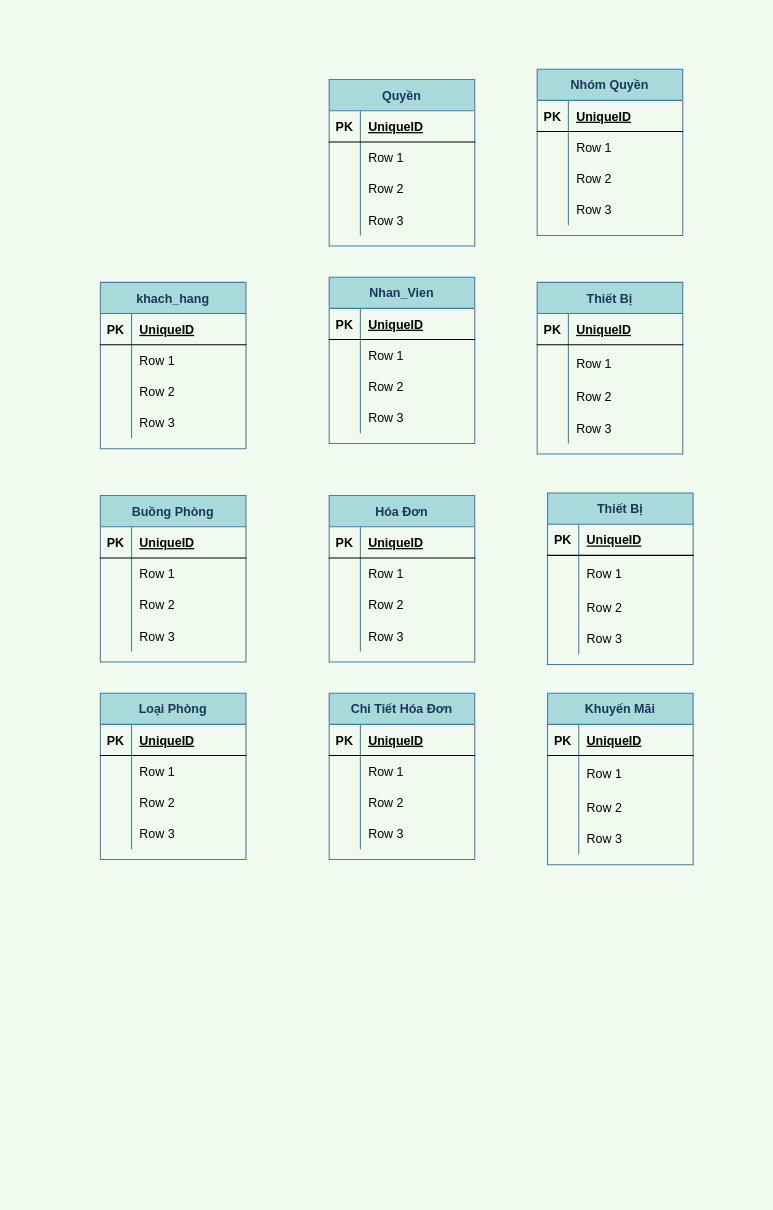
This is Untitled Diagram.drawio from maialino123/QLKS, a draw.io file, before an edit. Source tidied: cells renumbered, new cells numbered last; positions are measured from the earlier drawing's top-left corner, leaving out a move shared by most shapes. Both pictures are drawn from the tidied source at 104%, with x=0, y=0 at pixel (100, 69).
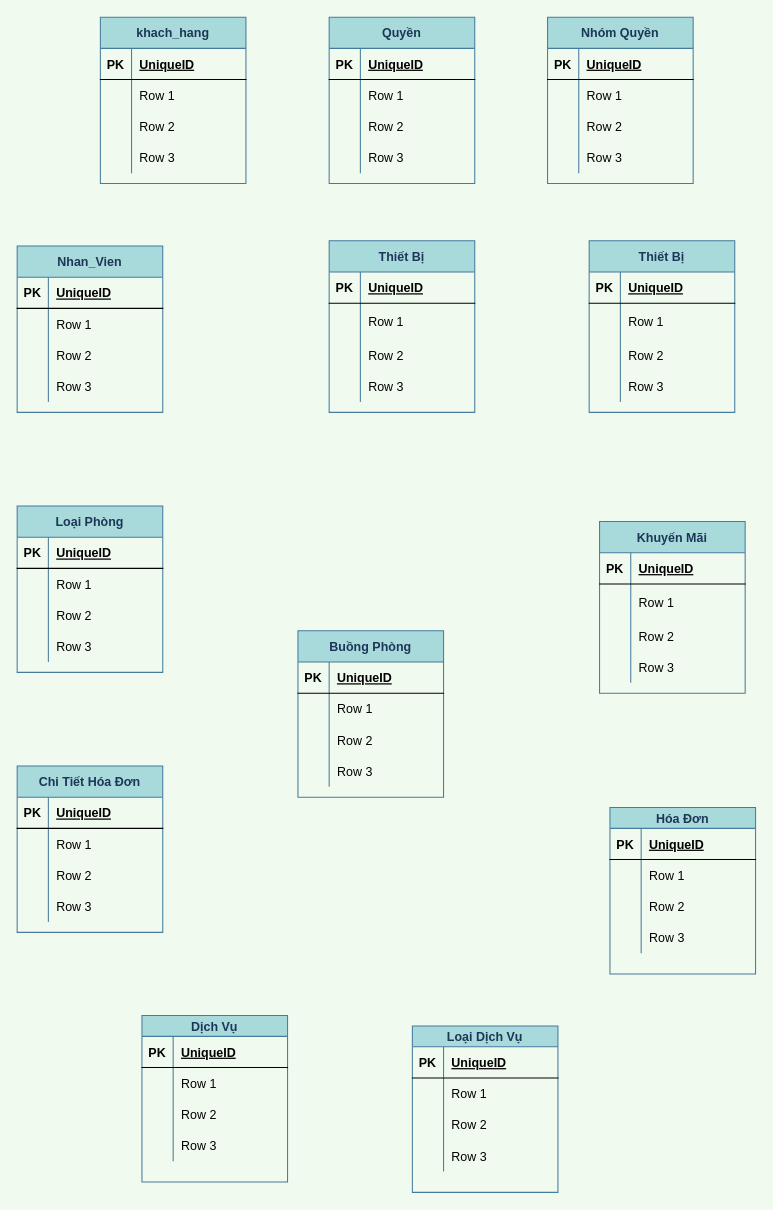
The same page after the edit.

Diff of the diagram source:
```diff
@@
     <mxCell id="2" value="khach_hang" style="shape=table;startSize=30;childLayout=tableLayout;rowLines=0;fontStyle=1;align=center;strokeColor=#457B9D;fillColor=#A8DADC;fontColor=#1D3557;" parent="1" vertex="1">
-      <mxGeometry y="205" width="140" height="160" as="geometry" />
+      <mxGeometry y="-50" width="140" height="160" as="geometry" />
     </mxCell>
@@
     <mxCell id="15" value="Nhan_Vien" style="shape=table;startSize=30;childLayout=tableLayout;rowLines=0;fontStyle=1;align=center;strokeColor=#457B9D;fillColor=#A8DADC;fontColor=#1D3557;" parent="1" vertex="1">
-      <mxGeometry x="220" y="200" width="140" height="160" as="geometry" />
+      <mxGeometry x="-80" y="170" width="140" height="160" as="geometry" />
     </mxCell>
@@
     <mxCell id="28" value="Buồng Phòng" style="shape=table;startSize=30;childLayout=tableLayout;rowLines=0;fontStyle=1;align=center;strokeColor=#457B9D;fillColor=#A8DADC;fontColor=#1D3557;" parent="1" vertex="1">
-      <mxGeometry y="410" width="140" height="160" as="geometry" />
+      <mxGeometry x="190" y="540" width="140" height="160" as="geometry" />
     </mxCell>
@@
-    <mxCell id="41" value="Hóa Đơn" style="shape=table;startSize=30;childLayout=tableLayout;rowLines=0;fontStyle=1;align=center;strokeColor=#457B9D;fillColor=#A8DADC;fontColor=#1D3557;" parent="1" vertex="1">
-      <mxGeometry x="220" y="410" width="140" height="160" as="geometry" />
+    <mxCell id="41" value="Hóa Đơn" style="shape=table;startSize=20;childLayout=tableLayout;rowLines=0;fontStyle=1;align=center;strokeColor=#457B9D;fillColor=#A8DADC;fontColor=#1D3557;" parent="1" vertex="1">
+      <mxGeometry x="490" y="710" width="140" height="160" as="geometry" />
     </mxCell>
     <mxCell id="42" style="shape=partialRectangle;fillColor=none;top=0;left=0;bottom=1;right=0;" parent="41" vertex="1">
-      <mxGeometry y="30" width="140" height="30" as="geometry" />
+      <mxGeometry y="20" width="140" height="30" as="geometry" />
     </mxCell>
@@
     <mxCell id="45" style="shape=partialRectangle;fillColor=none;top=0;left=0;bottom=0;right=0;" parent="41" vertex="1">
-      <mxGeometry y="60" width="140" height="30" as="geometry" />
+      <mxGeometry y="50" width="140" height="30" as="geometry" />
     </mxCell>
@@
     <mxCell id="48" style="shape=partialRectangle;fillColor=none;top=0;left=0;bottom=0;right=0;" parent="41" vertex="1">
-      <mxGeometry y="90" width="140" height="30" as="geometry" />
+      <mxGeometry y="80" width="140" height="30" as="geometry" />
     </mxCell>
@@
     <mxCell id="51" style="shape=partialRectangle;fillColor=none;top=0;left=0;bottom=0;right=0;" parent="41" vertex="1">
-      <mxGeometry y="120" width="140" height="30" as="geometry" />
+      <mxGeometry y="110" width="140" height="30" as="geometry" />
     </mxCell>
@@
     <mxCell id="54" value="Loại Phòng" style="shape=table;startSize=30;childLayout=tableLayout;rowLines=0;fontStyle=1;align=center;strokeColor=#457B9D;fillColor=#A8DADC;fontColor=#1D3557;" parent="1" vertex="1">
-      <mxGeometry y="600" width="140" height="160" as="geometry" />
+      <mxGeometry x="-80" y="420" width="140" height="160" as="geometry" />
     </mxCell>
@@
     <mxCell id="67" value="Chi Tiết Hóa Đơn" style="shape=table;startSize=30;childLayout=tableLayout;rowLines=0;fontStyle=1;align=center;strokeColor=#457B9D;fillColor=#A8DADC;fontColor=#1D3557;" parent="1" vertex="1">
-      <mxGeometry x="220" y="600" width="140" height="160" as="geometry" />
+      <mxGeometry x="-80" y="670" width="140" height="160" as="geometry" />
     </mxCell>
@@
     <mxCell id="80" value="Thiết Bị" style="shape=table;startSize=30;childLayout=tableLayout;rowLines=0;fontStyle=1;align=center;strokeColor=#457B9D;fillColor=#A8DADC;fontColor=#1D3557;" parent="1" vertex="1">
-      <mxGeometry x="420" y="205" width="140" height="165" as="geometry" />
+      <mxGeometry x="220" y="165" width="140" height="165" as="geometry" />
     </mxCell>
@@
     <mxCell id="93" value="Thiết Bị" style="shape=table;startSize=30;childLayout=tableLayout;rowLines=0;fontStyle=1;align=center;strokeColor=#457B9D;fillColor=#A8DADC;fontColor=#1D3557;" parent="1" vertex="1">
-      <mxGeometry x="430" y="407.5" width="140" height="165" as="geometry" />
+      <mxGeometry x="470" y="165" width="140" height="165" as="geometry" />
     </mxCell>
@@
     <mxCell id="106" value="Khuyến Mãi" style="shape=table;startSize=30;childLayout=tableLayout;rowLines=0;fontStyle=1;align=center;strokeColor=#457B9D;fillColor=#A8DADC;fontColor=#1D3557;" parent="1" vertex="1">
-      <mxGeometry x="430" y="600" width="140" height="165" as="geometry" />
+      <mxGeometry x="480" y="435" width="140" height="165" as="geometry" />
     </mxCell>
@@
     <mxCell id="119" value="Quyền" style="shape=table;startSize=30;childLayout=tableLayout;rowLines=0;fontStyle=1;align=center;strokeColor=#457B9D;fillColor=#A8DADC;fontColor=#1D3557;" parent="1" vertex="1">
-      <mxGeometry x="220" y="10" width="140" height="160" as="geometry" />
+      <mxGeometry x="220" y="-50" width="140" height="160" as="geometry" />
     </mxCell>
@@
     <mxCell id="132" value="Nhóm Quyền" style="shape=table;startSize=30;childLayout=tableLayout;rowLines=0;fontStyle=1;align=center;strokeColor=#457B9D;fillColor=#A8DADC;fontColor=#1D3557;" parent="1" vertex="1">
-      <mxGeometry x="420" width="140" height="160" as="geometry" />
+      <mxGeometry x="430" y="-50" width="140" height="160" as="geometry" />
     </mxCell>
@@
+    <mxCell id="145" value="Dịch Vụ" style="shape=table;startSize=20;childLayout=tableLayout;rowLines=0;fontStyle=1;align=center;strokeColor=#457B9D;fillColor=#A8DADC;fontColor=#1D3557;" parent="1" vertex="1">
+      <mxGeometry x="40" y="910" width="140" height="160" as="geometry" />
+    </mxCell>
+    <mxCell id="146" style="shape=partialRectangle;fillColor=none;top=0;left=0;bottom=1;right=0;" parent="145" vertex="1">
+      <mxGeometry y="20" width="140" height="30" as="geometry" />
+    </mxCell>
+    <mxCell id="147" value="PK" style="shape=partialRectangle;fillColor=none;top=0;left=0;bottom=0;right=0;fontStyle=1;overflow=hidden;" parent="146" vertex="1">
+      <mxGeometry width="30" height="30" as="geometry" />
+    </mxCell>
+    <mxCell id="148" value="UniqueID" style="shape=partialRectangle;fillColor=none;top=0;left=0;bottom=0;right=0;align=left;spacingLeft=6;fontStyle=5;overflow=hidden;" parent="146" vertex="1">
+      <mxGeometry x="30" width="110" height="30" as="geometry" />
+    </mxCell>
+    <mxCell id="149" style="shape=partialRectangle;fillColor=none;top=0;left=0;bottom=0;right=0;" parent="145" vertex="1">
+      <mxGeometry y="50" width="140" height="30" as="geometry" />
+    </mxCell>
+    <mxCell id="150" style="shape=partialRectangle;fillColor=none;top=0;left=0;bottom=0;right=0;overflow=hidden;" parent="149" vertex="1">
+      <mxGeometry width="30" height="30" as="geometry" />
+    </mxCell>
+    <mxCell id="151" value="Row 1" style="shape=partialRectangle;fillColor=none;top=0;left=0;bottom=0;right=0;align=left;spacingLeft=6;overflow=hidden;" parent="149" vertex="1">
+      <mxGeometry x="30" width="110" height="30" as="geometry" />
+    </mxCell>
+    <mxCell id="152" style="shape=partialRectangle;fillColor=none;top=0;left=0;bottom=0;right=0;" parent="145" vertex="1">
+      <mxGeometry y="80" width="140" height="30" as="geometry" />
+    </mxCell>
+    <mxCell id="153" style="shape=partialRectangle;fillColor=none;top=0;left=0;bottom=0;right=0;overflow=hidden;" parent="152" vertex="1">
+      <mxGeometry width="30" height="30" as="geometry" />
+    </mxCell>
+    <mxCell id="154" value="Row 2" style="shape=partialRectangle;fillColor=none;top=0;left=0;bottom=0;right=0;align=left;spacingLeft=6;overflow=hidden;" parent="152" vertex="1">
+      <mxGeometry x="30" width="110" height="30" as="geometry" />
+    </mxCell>
+    <mxCell id="155" style="shape=partialRectangle;fillColor=none;top=0;left=0;bottom=0;right=0;" parent="145" vertex="1">
+      <mxGeometry y="110" width="140" height="30" as="geometry" />
+    </mxCell>
+    <mxCell id="156" style="shape=partialRectangle;fillColor=none;top=0;left=0;bottom=0;right=0;overflow=hidden;" parent="155" vertex="1">
+      <mxGeometry width="30" height="30" as="geometry" />
+    </mxCell>
+    <mxCell id="157" value="Row 3" style="shape=partialRectangle;fillColor=none;top=0;left=0;bottom=0;right=0;align=left;spacingLeft=6;overflow=hidden;" parent="155" vertex="1">
+      <mxGeometry x="30" width="110" height="30" as="geometry" />
+    </mxCell>
+    <mxCell id="158" value="Loại Dịch Vụ" style="shape=table;startSize=20;childLayout=tableLayout;rowLines=0;fontStyle=1;align=center;strokeColor=#457B9D;fillColor=#A8DADC;fontColor=#1D3557;" parent="1" vertex="1">
+      <mxGeometry x="300" y="920" width="140" height="160" as="geometry" />
+    </mxCell>
+    <mxCell id="159" style="shape=partialRectangle;fillColor=none;top=0;left=0;bottom=1;right=0;" parent="158" vertex="1">
+      <mxGeometry y="20" width="140" height="30" as="geometry" />
+    </mxCell>
+    <mxCell id="160" value="PK" style="shape=partialRectangle;fillColor=none;top=0;left=0;bottom=0;right=0;fontStyle=1;overflow=hidden;" parent="159" vertex="1">
+      <mxGeometry width="30" height="30" as="geometry" />
+    </mxCell>
+    <mxCell id="161" value="UniqueID" style="shape=partialRectangle;fillColor=none;top=0;left=0;bottom=0;right=0;align=left;spacingLeft=6;fontStyle=5;overflow=hidden;" parent="159" vertex="1">
+      <mxGeometry x="30" width="110" height="30" as="geometry" />
+    </mxCell>
+    <mxCell id="162" style="shape=partialRectangle;fillColor=none;top=0;left=0;bottom=0;right=0;" parent="158" vertex="1">
+      <mxGeometry y="50" width="140" height="30" as="geometry" />
+    </mxCell>
+    <mxCell id="163" style="shape=partialRectangle;fillColor=none;top=0;left=0;bottom=0;right=0;overflow=hidden;" parent="162" vertex="1">
+      <mxGeometry width="30" height="30" as="geometry" />
+    </mxCell>
+    <mxCell id="164" value="Row 1" style="shape=partialRectangle;fillColor=none;top=0;left=0;bottom=0;right=0;align=left;spacingLeft=6;overflow=hidden;" parent="162" vertex="1">
+      <mxGeometry x="30" width="110" height="30" as="geometry" />
+    </mxCell>
+    <mxCell id="165" style="shape=partialRectangle;fillColor=none;top=0;left=0;bottom=0;right=0;" parent="158" vertex="1">
+      <mxGeometry y="80" width="140" height="30" as="geometry" />
+    </mxCell>
+    <mxCell id="166" style="shape=partialRectangle;fillColor=none;top=0;left=0;bottom=0;right=0;overflow=hidden;" parent="165" vertex="1">
+      <mxGeometry width="30" height="30" as="geometry" />
+    </mxCell>
+    <mxCell id="167" value="Row 2" style="shape=partialRectangle;fillColor=none;top=0;left=0;bottom=0;right=0;align=left;spacingLeft=6;overflow=hidden;" parent="165" vertex="1">
+      <mxGeometry x="30" width="110" height="30" as="geometry" />
+    </mxCell>
+    <mxCell id="168" style="shape=partialRectangle;fillColor=none;top=0;left=0;bottom=0;right=0;" parent="158" vertex="1">
+      <mxGeometry y="110" width="140" height="30" as="geometry" />
+    </mxCell>
+    <mxCell id="169" style="shape=partialRectangle;fillColor=none;top=0;left=0;bottom=0;right=0;overflow=hidden;" parent="168" vertex="1">
+      <mxGeometry width="30" height="30" as="geometry" />
+    </mxCell>
+    <mxCell id="170" value="Row 3" style="shape=partialRectangle;fillColor=none;top=0;left=0;bottom=0;right=0;align=left;spacingLeft=6;overflow=hidden;" parent="168" vertex="1">
+      <mxGeometry x="30" width="110" height="30" as="geometry" />
+    </mxCell>
```
